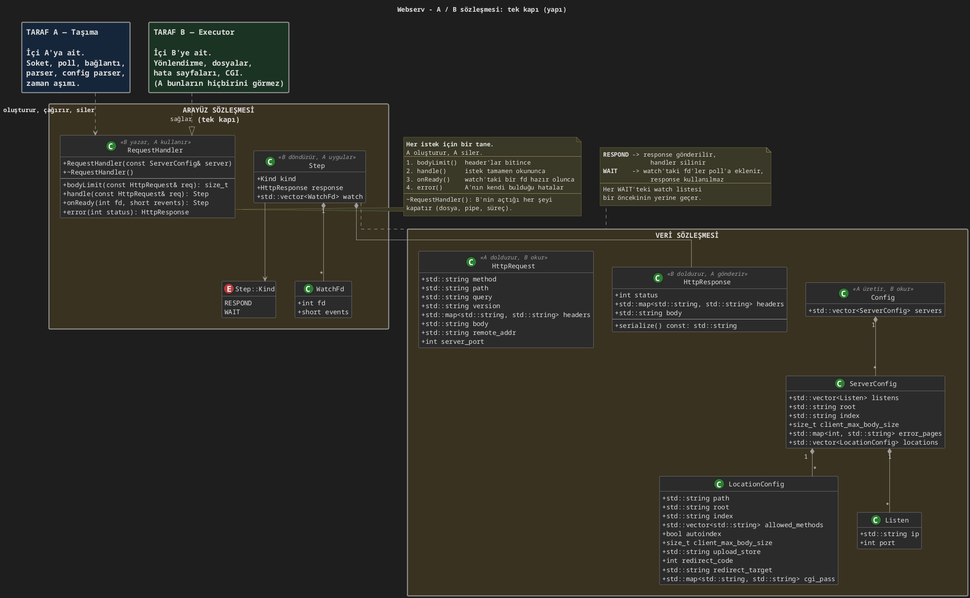
Above: docs/uml/sozlesme-yapi-dark.png in ifrankerem/webserv (PlantUML), before the change.
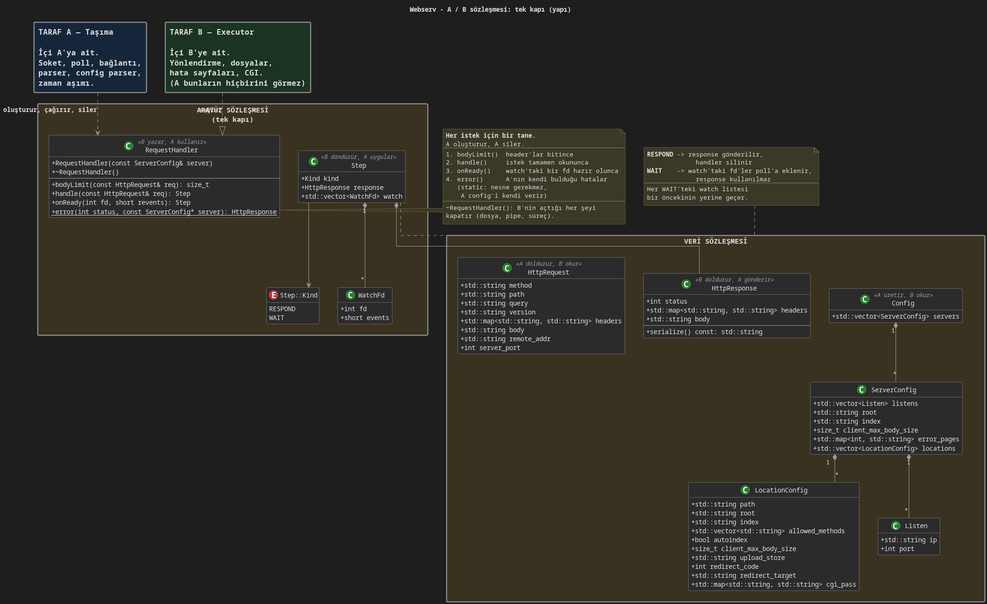
After the commit.

What changed in the source:
```diff
@@ -38,7 +38,7 @@
     + bodyLimit(const HttpRequest& req): size_t
     + handle(const HttpRequest& req): Step
     + onReady(int fd, short revents): Step
-    + error(int status): HttpResponse
+    + {static} error(int status, const ServerConfig* server): HttpResponse
   }
 
   class Step <<B döndürür, A uygular>> {
@@ -131,6 +131,8 @@
   2. handle()     istek tamamen okununca
   3. onReady()    watch'taki bir fd hazır olunca
   4. error()      A'nın kendi bulduğu hatalar
+     (static: nesne gerekmez,
+      A config'i kendi verir)
   --
   ~RequestHandler(): B'nin açtığı her şeyi
   kapatır (dosya, pipe, süreç).
```
